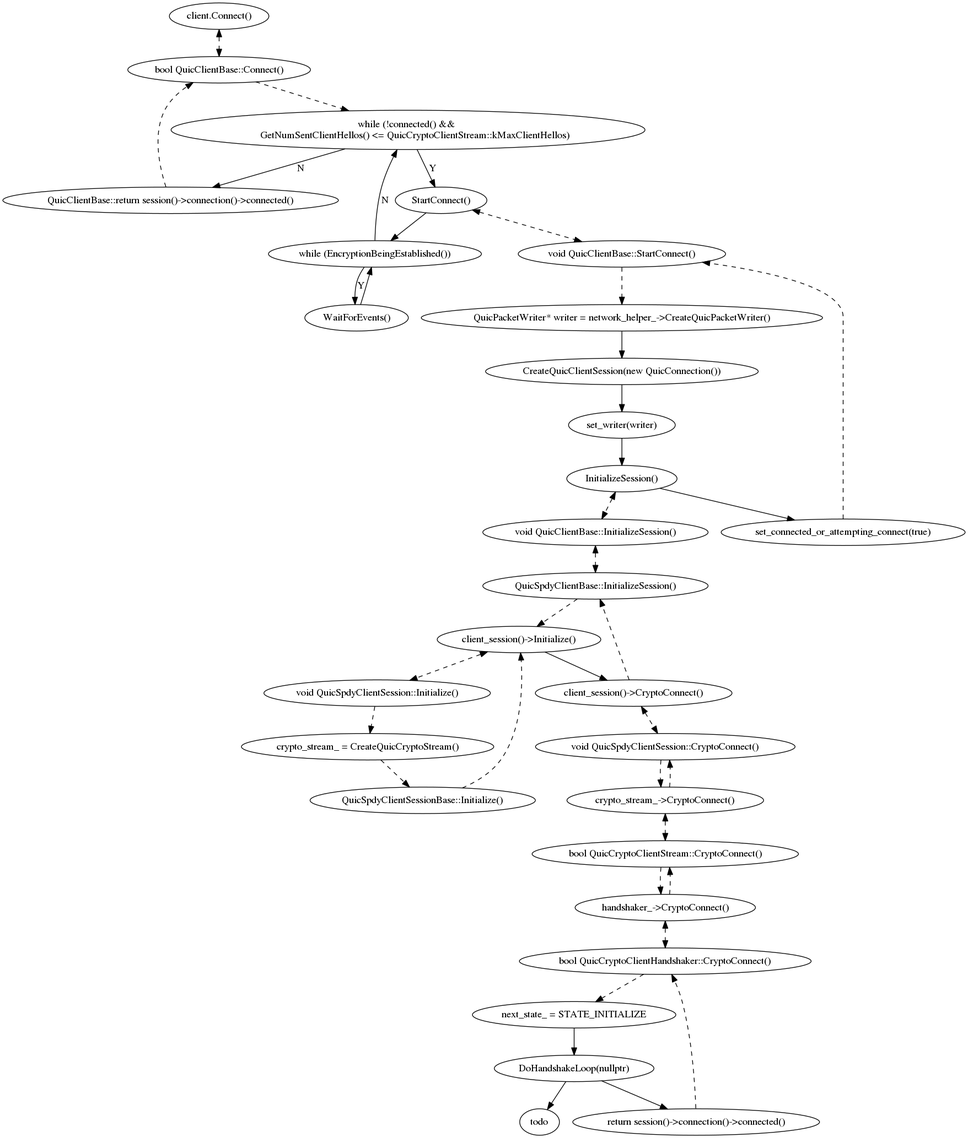
Earlier version of the Graphviz export proto-quic/client.png (lancelotluo/dot). Its source is kept beside it as proto-quic/client.dot.
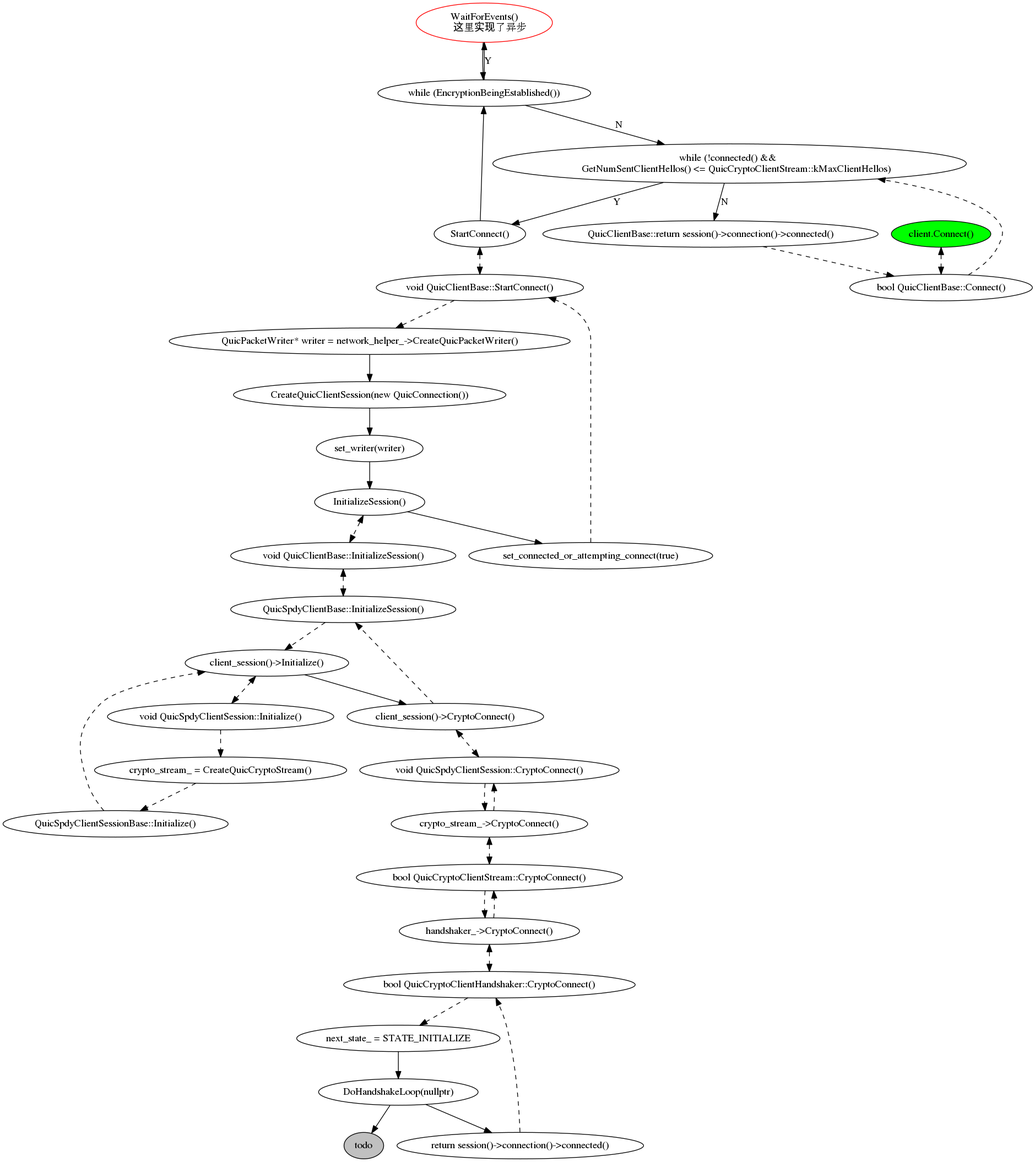
After the commit.

Change to the diagram source:
```diff
@@ -1,4 +1,8 @@
 digraph {
+    "WaitForEvents()
+    这里实现了异步"[color=red];
+    "client.Connect()"[style=filled, fillcolor=green];
+
     "client.Connect()"->"bool QuicClientBase::Connect()"[dir=both, style=dashed];
     "bool QuicClientBase::Connect()"->
     "while (!connected() &&
@@ -7,8 +11,11 @@
      GetNumSentClientHellos() <= QuicCryptoClientStream::kMaxClientHellos)"
     ->"StartConnect()"[label=Y];
     "StartConnect()"->"while (EncryptionBeingEstablished())";
-    "while (EncryptionBeingEstablished())"->"WaitForEvents()"[label=Y];
-    "WaitForEvents()"->"while (EncryptionBeingEstablished())";
+    "while (EncryptionBeingEstablished())"->
+    "WaitForEvents()
+    这里实现了异步"[label=Y];
+    "WaitForEvents()
+    这里实现了异步"->"while (EncryptionBeingEstablished())";
 
     "while (EncryptionBeingEstablished())"->
     "while (!connected() &&
@@ -57,6 +64,7 @@
 }
 
 subgraph {
+    "todo"[style=filled,fillcolor=gray];
     "DoHandshakeLoop(nullptr)"->"todo";
 }
 }
```
